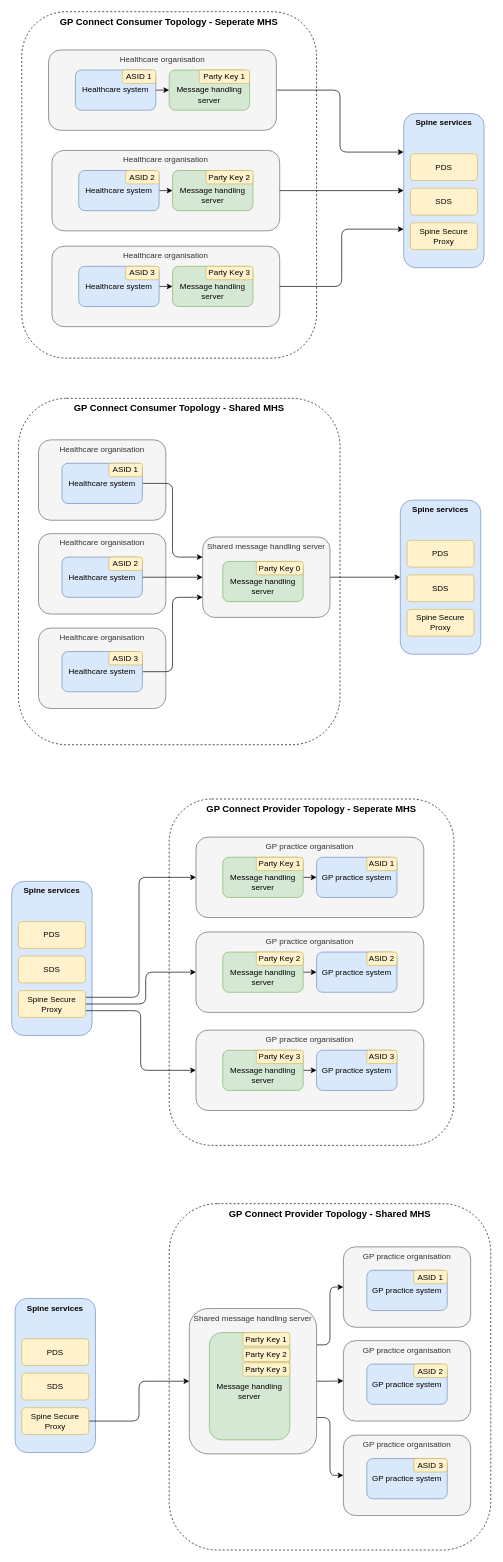
This is _diagrams-source/Draw.io/topologies.drawio from nhsconnect/gpconnect, a draw.io file, before an edit. Source tidied: cells renumbered, new cells numbered last; positions are measured from the earlier drawing's top-left corner, leaving out a move shared by most shapes. Both pictures are drawn from the tidied source at 67%, with x=0, y=0 at pixel (11, 11).
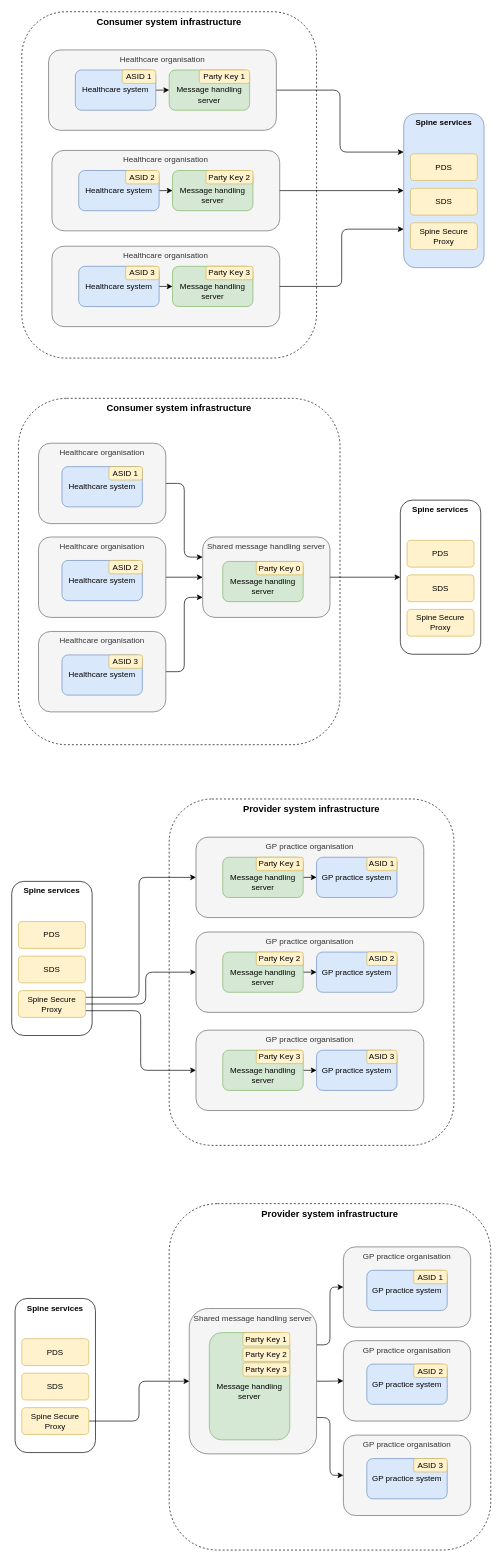
After the change.

Commit message (it also covers changes not shown here):
Clarify ASID requirements and topologies for "aggregators" #639

The change refers to these unchanged cells:
```xml
<mxCell id="6" value="Shared message handling server" style="rounded=1;whiteSpace=wrap;html=1;verticalAlign=top;fillColor=#f5f5f5;strokeColor=#666666;fontColor=#333333;" parent="1" vertex="1">
  <mxGeometry x="285" y="784" width="190" height="120" as="geometry" />
</mxCell>
```

The edit, as a diff of the source:
```diff
@@
-    <mxCell id="2" value="&lt;b style=&quot;font-size: 14px&quot;&gt;GP Connect Provider Topology - Seperate MHS&lt;br&gt;&lt;/b&gt;" style="rounded=1;whiteSpace=wrap;html=1;verticalAlign=top;dashed=1;" parent="1" vertex="1">
+    <mxCell id="2" value="&lt;b style=&quot;font-size: 14px&quot;&gt;Provider system infrastructure&lt;br&gt;&lt;/b&gt;" style="rounded=1;whiteSpace=wrap;html=1;verticalAlign=top;dashed=1;" parent="1" vertex="1">
       <mxGeometry x="235" y="1175" width="425" height="517" as="geometry" />
     </mxCell>
-    <mxCell id="3" value="&lt;b style=&quot;font-size: 14px&quot;&gt;GP Connect Consumer Topology - Shared MHS&lt;/b&gt;&lt;br&gt;" style="rounded=1;whiteSpace=wrap;html=1;verticalAlign=top;dashed=1;" parent="1" vertex="1">
+    <mxCell id="3" value="&lt;b style=&quot;font-size: 14px&quot;&gt;Consumer system infrastructure&lt;/b&gt;&lt;br&gt;" style="rounded=1;whiteSpace=wrap;html=1;verticalAlign=top;dashed=1;" parent="1" vertex="1">
       <mxGeometry x="10" y="577" width="480" height="517" as="geometry" />
     </mxCell>
+    <mxCell id="105" style="edgeStyle=orthogonalEdgeStyle;rounded=1;jettySize=auto;html=1;exitX=1;exitY=0.5;exitDx=0;exitDy=0;entryX=0;entryY=0.5;entryDx=0;entryDy=0;" parent="1" edge="1" source="4" target="6">
+      <mxGeometry relative="1" as="geometry" />
+    </mxCell>
     <mxCell id="4" value="Healthcare organisation" style="rounded=1;whiteSpace=wrap;html=1;verticalAlign=top;fillColor=#f5f5f5;strokeColor=#666666;fontColor=#333333;" parent="1" vertex="1">
-      <mxGeometry x="40" y="779" width="190" height="120" as="geometry" />
+      <mxGeometry x="40" y="784" width="190" height="120" as="geometry" />
     </mxCell>
@@
-    <mxCell id="11" value="&lt;b style=&quot;font-size: 14px&quot;&gt;GP Connect Consumer Topology - Seperate MHS&lt;/b&gt;&lt;br&gt;" style="rounded=1;whiteSpace=wrap;html=1;verticalAlign=top;dashed=1;" parent="1" vertex="1">
+    <mxCell id="11" value="&lt;b style=&quot;font-size: 14px&quot;&gt;Consumer system infrastructure&lt;/b&gt;&lt;br&gt;" style="rounded=1;whiteSpace=wrap;html=1;verticalAlign=top;dashed=1;" parent="1" vertex="1">
       <mxGeometry x="15" width="440" height="517" as="geometry" />
     </mxCell>
@@
-    <mxCell id="29" value="&lt;b&gt;Spine services&lt;/b&gt;" style="rounded=1;whiteSpace=wrap;html=1;verticalAlign=top;fillColor=#dae8fc;strokeColor=#6c8ebf;" parent="1" vertex="1">
+    <mxCell id="29" value="&lt;b&gt;Spine services&lt;/b&gt;" style="rounded=1;whiteSpace=wrap;html=1;verticalAlign=top;" parent="1" vertex="1">
       <mxGeometry x="580" y="729" width="120" height="230" as="geometry" />
     </mxCell>
@@
+    <mxCell id="106" style="edgeStyle=orthogonalEdgeStyle;rounded=1;jettySize=auto;html=1;exitX=1;exitY=0.5;exitDx=0;exitDy=0;entryX=0;entryY=0.25;entryDx=0;entryDy=0;" parent="1" edge="1" source="36" target="6">
+      <mxGeometry relative="1" as="geometry" />
+    </mxCell>
     <mxCell id="36" value="Healthcare organisation" style="rounded=1;whiteSpace=wrap;html=1;verticalAlign=top;fillColor=#f5f5f5;strokeColor=#666666;fontColor=#333333;" parent="1" vertex="1">
-      <mxGeometry x="40" y="639" width="190" height="120" as="geometry" />
+      <mxGeometry x="40" y="644" width="190" height="120" as="geometry" />
     </mxCell>
@@
-    <mxCell id="43" style="edgeStyle=orthogonalEdgeStyle;rounded=1;jettySize=auto;html=1;exitX=1;exitY=0.5;exitDx=0;exitDy=0;entryX=0;entryY=0.25;entryDx=0;entryDy=0;" parent="1" edge="1" source="44" target="6">
-      <mxGeometry relative="1" as="geometry" />
-    </mxCell>
     <mxCell id="44" value="Healthcare system" style="rounded=1;whiteSpace=wrap;html=1;fillColor=#dae8fc;strokeColor=#6c8ebf;" parent="1" vertex="1">
-      <mxGeometry x="75" y="674" width="120" height="60" as="geometry" />
+      <mxGeometry x="75" y="679" width="120" height="60" as="geometry" />
     </mxCell>
     <mxCell id="45" value="ASID 1&lt;br&gt;" style="rounded=1;whiteSpace=wrap;html=1;fillColor=#fff2cc;strokeColor=#d6b656;" parent="1" vertex="1">
-      <mxGeometry x="145" y="674" width="50" height="20" as="geometry" />
+      <mxGeometry x="145" y="679" width="50" height="20" as="geometry" />
     </mxCell>
-    <mxCell id="46" style="edgeStyle=orthogonalEdgeStyle;rounded=1;jettySize=auto;html=1;exitX=1;exitY=0.5;exitDx=0;exitDy=0;entryX=0;entryY=0.5;entryDx=0;entryDy=0;" parent="1" edge="1" source="47" target="6">
-      <mxGeometry relative="1" as="geometry" />
-    </mxCell>
     <mxCell id="47" value="Healthcare system" style="rounded=1;whiteSpace=wrap;html=1;fillColor=#dae8fc;strokeColor=#6c8ebf;" parent="1" vertex="1">
-      <mxGeometry x="75" y="814" width="120" height="60" as="geometry" />
+      <mxGeometry x="75" y="819" width="120" height="60" as="geometry" />
     </mxCell>
     <mxCell id="48" value="ASID 2&lt;br&gt;" style="rounded=1;whiteSpace=wrap;html=1;fillColor=#fff2cc;strokeColor=#d6b656;" parent="1" vertex="1">
-      <mxGeometry x="145" y="814" width="50" height="20" as="geometry" />
+      <mxGeometry x="145" y="819" width="50" height="20" as="geometry" />
     </mxCell>
+    <mxCell id="107" style="edgeStyle=orthogonalEdgeStyle;jettySize=auto;html=1;exitX=1;exitY=0.5;exitDx=0;exitDy=0;entryX=0;entryY=0.75;entryDx=0;entryDy=0;rounded=1;" parent="1" edge="1" source="49" target="6">
+      <mxGeometry relative="1" as="geometry" />
+    </mxCell>
     <mxCell id="49" value="Healthcare organisation" style="rounded=1;whiteSpace=wrap;html=1;verticalAlign=top;fillColor=#f5f5f5;strokeColor=#666666;fontColor=#333333;" parent="1" vertex="1">
-      <mxGeometry x="40" y="920" width="190" height="120" as="geometry" />
+      <mxGeometry x="40" y="925" width="190" height="120" as="geometry" />
     </mxCell>
-    <mxCell id="50" style="edgeStyle=orthogonalEdgeStyle;rounded=1;jettySize=auto;html=1;exitX=1;exitY=0.5;exitDx=0;exitDy=0;entryX=0;entryY=0.75;entryDx=0;entryDy=0;" parent="1" edge="1" source="51" target="6">
-      <mxGeometry relative="1" as="geometry" />
-    </mxCell>
     <mxCell id="51" value="Healthcare system" style="rounded=1;whiteSpace=wrap;html=1;fillColor=#dae8fc;strokeColor=#6c8ebf;" parent="1" vertex="1">
-      <mxGeometry x="75" y="955" width="120" height="60" as="geometry" />
+      <mxGeometry x="75" y="960" width="120" height="60" as="geometry" />
     </mxCell>
     <mxCell id="52" value="ASID 3&lt;br&gt;" style="rounded=1;whiteSpace=wrap;html=1;fillColor=#fff2cc;strokeColor=#d6b656;" parent="1" vertex="1">
-      <mxGeometry x="145" y="955" width="50" height="20" as="geometry" />
+      <mxGeometry x="145" y="960" width="50" height="20" as="geometry" />
     </mxCell>
-    <mxCell id="53" value="&lt;b&gt;Spine services&lt;/b&gt;" style="rounded=1;whiteSpace=wrap;html=1;verticalAlign=top;fillColor=#dae8fc;strokeColor=#6c8ebf;" parent="1" vertex="1">
+    <mxCell id="53" value="&lt;b&gt;Spine services&lt;/b&gt;" style="rounded=1;whiteSpace=wrap;html=1;verticalAlign=top;" parent="1" vertex="1">
       <mxGeometry y="1298" width="120" height="230" as="geometry" />
     </mxCell>
@@
-    <mxCell id="81" value="&lt;b style=&quot;font-size: 14px&quot;&gt;GP Connect Provider Topology - Shared MHS&lt;/b&gt;&lt;br&gt;" style="rounded=1;whiteSpace=wrap;html=1;verticalAlign=top;dashed=1;" parent="1" vertex="1">
+    <mxCell id="81" value="&lt;b style=&quot;font-size: 14px&quot;&gt;Provider system infrastructure&lt;/b&gt;&lt;br&gt;" style="rounded=1;whiteSpace=wrap;html=1;verticalAlign=top;dashed=1;" parent="1" vertex="1">
       <mxGeometry x="235" y="1779" width="480" height="517" as="geometry" />
     </mxCell>
@@
-    <mxCell id="87" value="&lt;b&gt;Spine services&lt;/b&gt;" style="rounded=1;whiteSpace=wrap;html=1;verticalAlign=top;fillColor=#dae8fc;strokeColor=#6c8ebf;" parent="1" vertex="1">
+    <mxCell id="87" value="&lt;b&gt;Spine services&lt;/b&gt;" style="rounded=1;whiteSpace=wrap;html=1;verticalAlign=top;" parent="1" vertex="1">
       <mxGeometry x="5" y="1920.5" width="120" height="230" as="geometry" />
     </mxCell>
```
